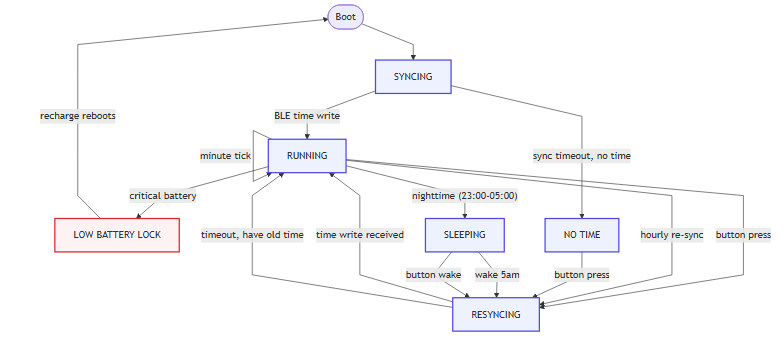
JPTranter/eClock keeps this Mermaid diagram as docs/design/state-machine.png. Above is the earlier version. Its source is kept beside it as docs/design/state-machine.mmd.
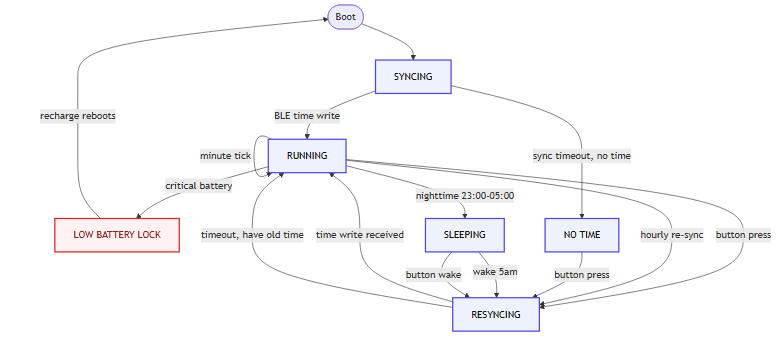
After the commit.

Commit message:
docs: restore curved state-machine diagram; render globally

Revert to the clean rounded-state flowchart (curved connectors) after the
orthogonal 'step' experiment produced a messy layout.

Install @mermaid-js/mermaid-cli globally so the diagram can be re-rendered with
'mmdc' from anywhere without a per-repo node_modules (which is gitignored).
Update the doc's regeneration steps accordingly.

What changed in the source:
```diff
@@ -1,4 +1,3 @@
-%%{init: {"flowchart": {"curve": "linear"}} }%%
 
 flowchart TD
     Boot([Boot]) --> SYNCING
@@ -11,7 +10,7 @@
     RUNNING -->|"minute tick"| RUNNING
     RUNNING -->|"button press"| RESYNCING
     RUNNING -->|"hourly re-sync"| RESYNCING
-    RUNNING -->|"nighttime (23:00-05:00)"| SLEEPING
+    RUNNING -->|"nighttime 23:00-05:00"| SLEEPING
     RUNNING -->|"critical battery"| LOCK["LOW BATTERY LOCK"]
 
     RESYNCING["RESYNCING"]
@@ -27,9 +26,9 @@
 
     LOCK -->|"recharge reboots"| Boot
 
-    style SYNCING fill:#eef2ff,stroke:#4f46e5,stroke-width:2px
-    style RUNNING fill:#eef2ff,stroke:#4f46e5,stroke-width:2px
-    style RESYNCING fill:#eef2ff,stroke:#4f46e5,stroke-width:2px
-    style NOTIME fill:#eef2ff,stroke:#4f46e5,stroke-width:2px
-    style SLEEPING fill:#eef2ff,stroke:#4f46e5,stroke-width:2px
-    style LOCK fill:#fef2f2,stroke:#dc2626,stroke-width:2px
+    style SYNCING fill:#eef2ff,stroke:#4f46e5,stroke-width:2px,color:#111
+    style RUNNING fill:#eef2ff,stroke:#4f46e5,stroke-width:2px,color:#111
+    style RESYNCING fill:#eef2ff,stroke:#4f46e5,stroke-width:2px,color:#111
+    style NOTIME fill:#eef2ff,stroke:#4f46e5,stroke-width:2px,color:#111
+    style SLEEPING fill:#eef2ff,stroke:#4f46e5,stroke-width:2px,color:#111
+    style LOCK fill:#fef2f2,stroke:#dc2626,stroke-width:2px,color:#991b1b
```
